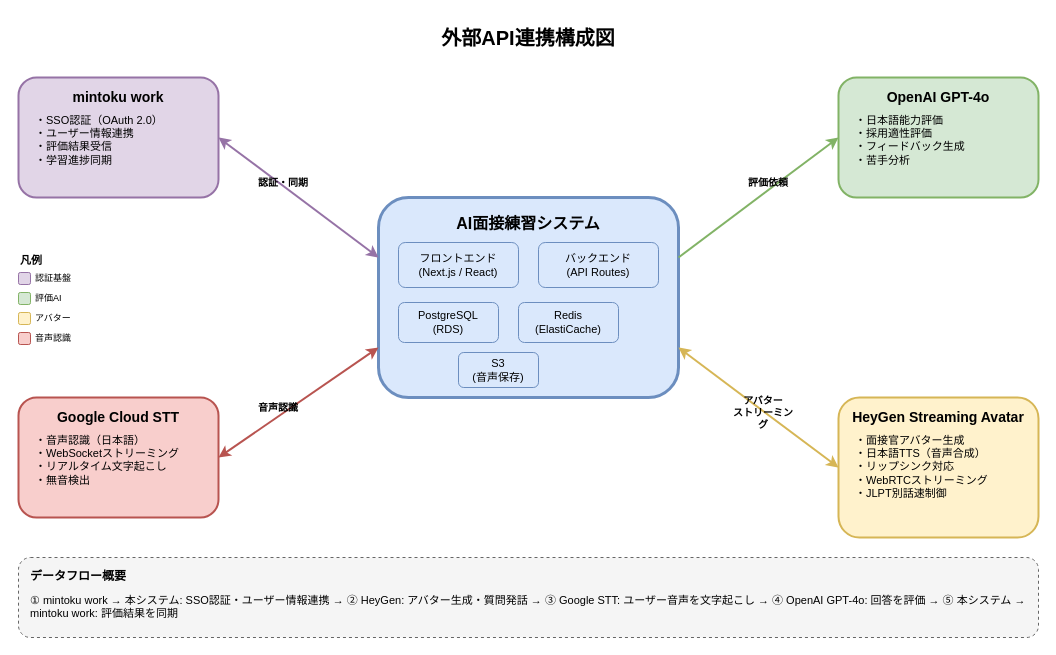
Above: docs/images/設計書_9.0_外部API連携構成図.drawio in yoshidasendai115/ai-interview (draw.io), before the change. Source tidied: cells renumbered, new cells numbered last; positions are measured from the earlier drawing's top-left corner, leaving out a move shared by most shapes. Both pictures are drawn from the tidied source at 100%, with x=0, y=0 at pixel (18, 17).
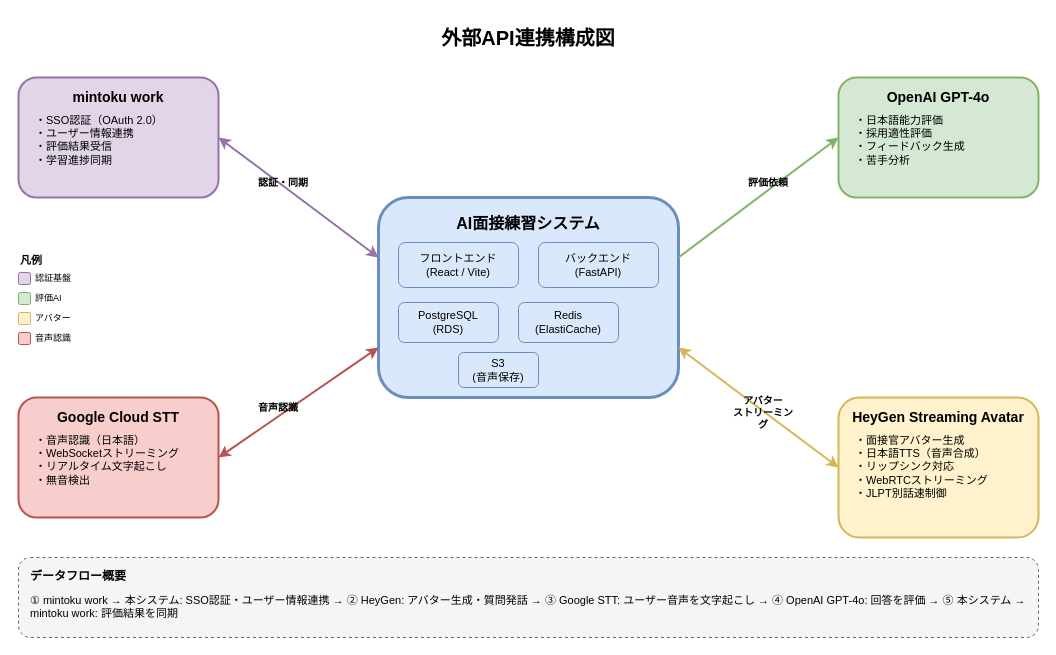
The same page after the edit.

What changed in the source:
```diff
@@
-    <mxCell id="5" value="フロントエンド&#10;(Next.js / React)" style="rounded=1;whiteSpace=wrap;html=1;fillColor=#dae8fc;strokeColor=#6c8ebf;fontSize=11;" parent="1" vertex="1">
+    <mxCell id="5" value="フロントエンド&#10;(React / Vite)" style="rounded=1;whiteSpace=wrap;html=1;fillColor=#dae8fc;strokeColor=#6c8ebf;fontSize=11;" parent="1" vertex="1">
       <mxGeometry x="380" y="225" width="120" height="45" as="geometry" />
     </mxCell>
-    <mxCell id="6" value="バックエンド&#10;(API Routes)" style="rounded=1;whiteSpace=wrap;html=1;fillColor=#dae8fc;strokeColor=#6c8ebf;fontSize=11;" parent="1" vertex="1">
+    <mxCell id="6" value="バックエンド&#10;(FastAPI)" style="rounded=1;whiteSpace=wrap;html=1;fillColor=#dae8fc;strokeColor=#6c8ebf;fontSize=11;" parent="1" vertex="1">
       <mxGeometry x="520" y="225" width="120" height="45" as="geometry" />
     </mxCell>
```
